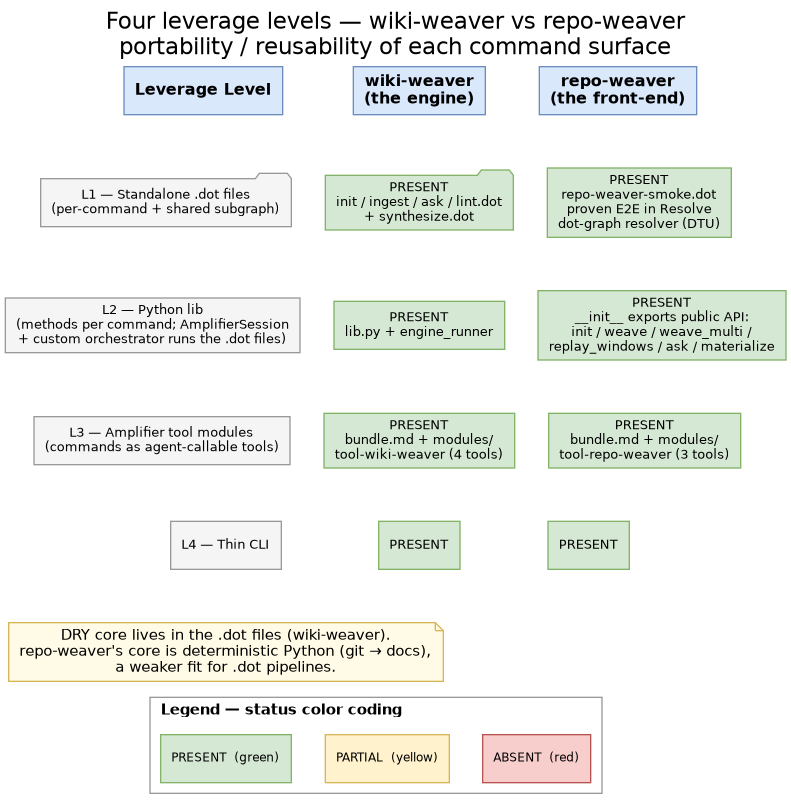
This is docs/leverage-levels.png from microsoft/amplifier-app-repo-weaver, a Graphviz export, as it was before one commit. Its source is kept beside it as docs/leverage-levels.dot.
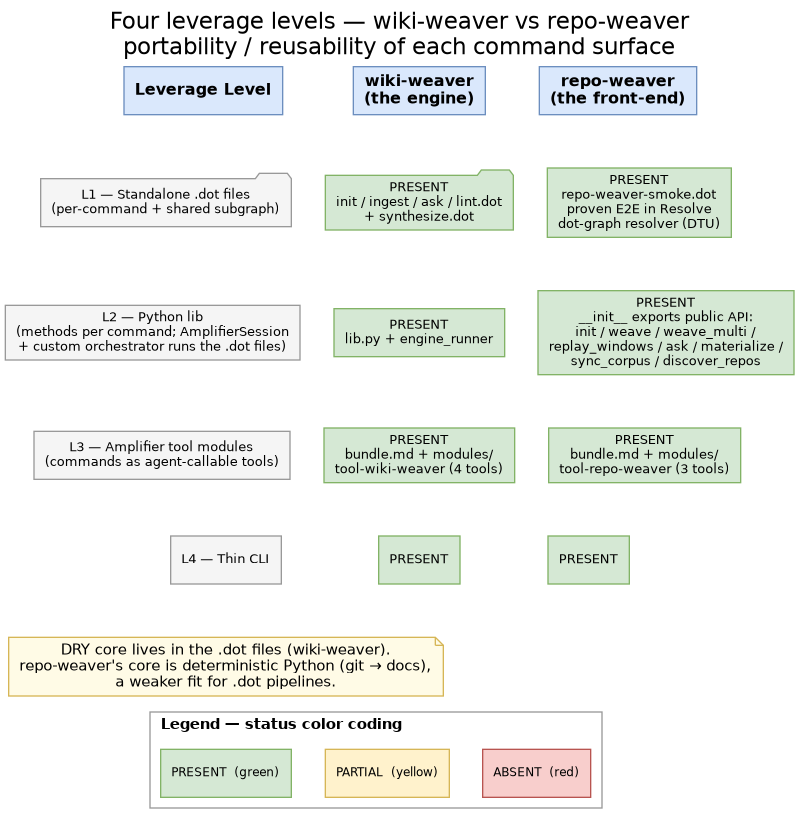
After the change.

Commit message:
docs: regenerate architecture diagrams for sync + discover (#7)

Change to the diagram source:
```diff
@@ -19,7 +19,7 @@
 
   l2_desc [label="L2 — Python lib\n(methods per command; AmplifierSession\n+ custom orchestrator runs the .dot files)", fillcolor="#f5f5f5", color="#999999"];
   l2_ww   [label="PRESENT\nlib.py + engine_runner", fillcolor="#d5e8d4", color="#82b366"];
-  l2_rw   [label="PRESENT\n__init__ exports public API:\ninit / weave / weave_multi /\nreplay_windows / ask / materialize", fillcolor="#d5e8d4", color="#82b366"];
+  l2_rw   [label="PRESENT\n__init__ exports public API:\ninit / weave / weave_multi /\nreplay_windows / ask / materialize /\nsync_corpus / discover_repos", fillcolor="#d5e8d4", color="#82b366"];
 
   l3_desc [label="L3 — Amplifier tool modules\n(commands as agent-callable tools)", fillcolor="#f5f5f5", color="#999999"];
   l3_ww   [label="PRESENT\nbundle.md + modules/\ntool-wiki-weaver (4 tools)", fillcolor="#d5e8d4", color="#82b366"];
```
